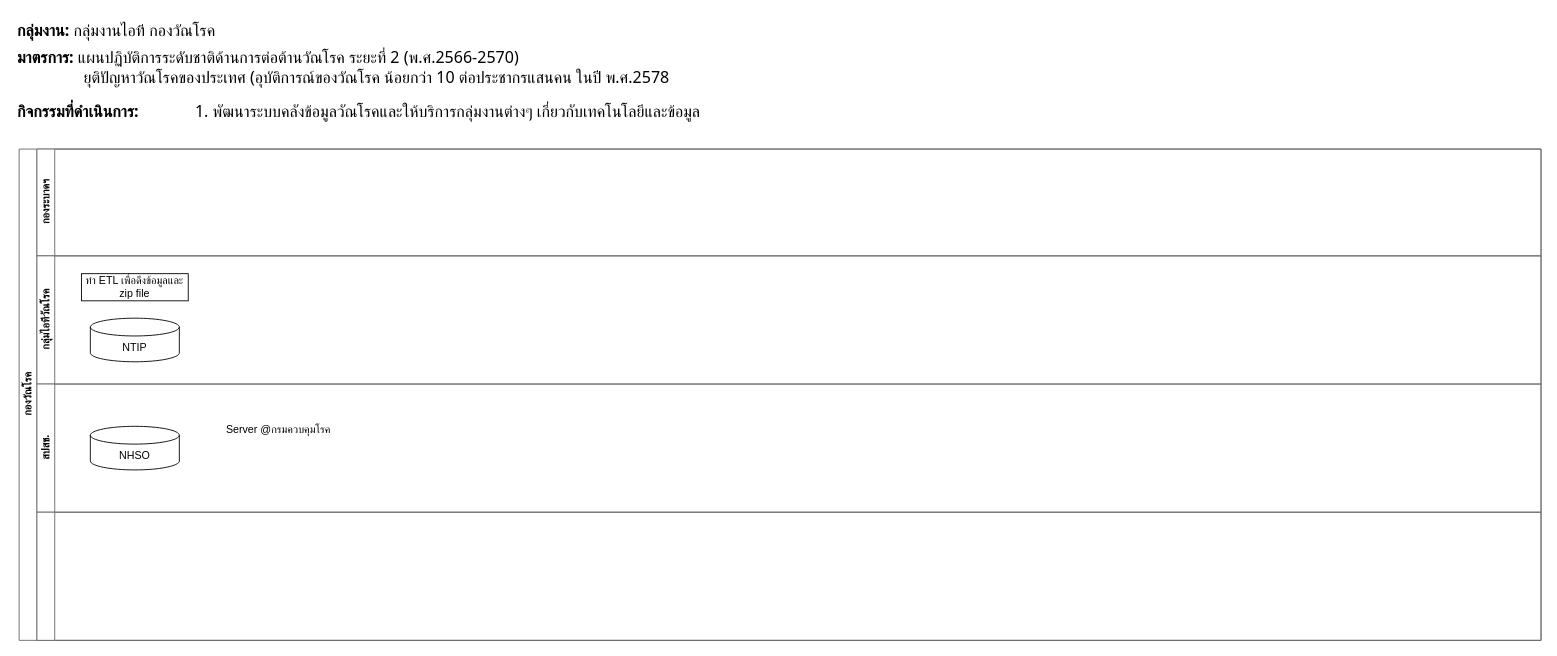
The draw.io diagram page "วัณโรค" (25 of 26) of HIVs Work-Data Diagram.drawio in anun311/regist, before the edit. Source tidied: cells renumbered, new cells numbered last; positions are measured from the earlier drawing's top-left corner, leaving out a move shared by most shapes. Both pictures are drawn from the tidied source at 89%, with x=0, y=0 at pixel (15, 15).
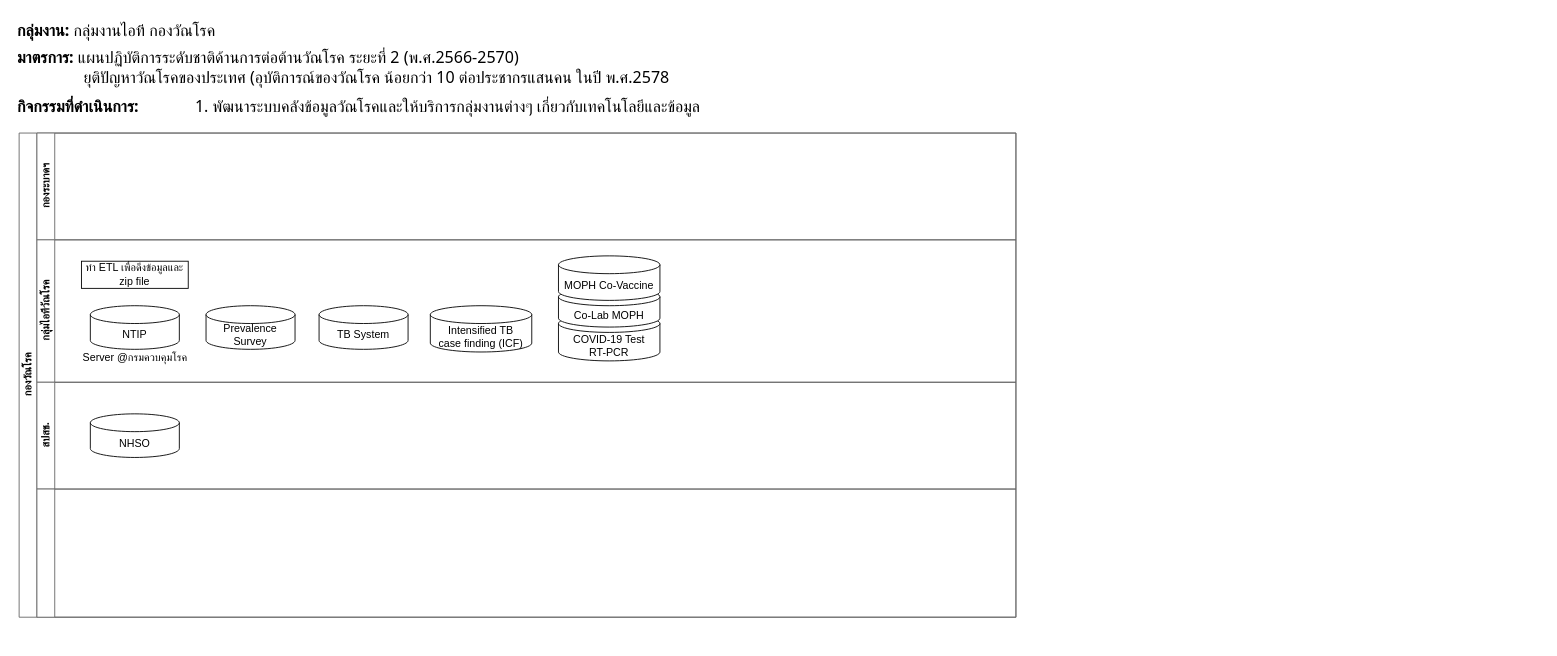
After the change.

Change to the diagram source:
```diff
@@
     <mxCell id="4" value="กิจกรรมที่ดำเนินการ:&amp;nbsp;" style="text;html=1;strokeColor=none;fillColor=none;align=left;verticalAlign=top;whiteSpace=wrap;rounded=0;fontFamily=Tahoma;fontStyle=1;fontSize=18;" parent="1" vertex="1">
-      <mxGeometry y="90" width="200" height="30" as="geometry" />
+      <mxGeometry y="85" width="200" height="30" as="geometry" />
     </mxCell>
     <mxCell id="5" value="1. พัฒนาระบบคลังข้อมูลวัณโรคและให้บริการกลุ่มงานต่างๆ เกี่ยวกับเทคโนโลยีและข้อมูล" style="text;html=1;strokeColor=none;fillColor=none;align=left;verticalAlign=top;whiteSpace=wrap;rounded=0;fontFamily=Tahoma;fontStyle=0;fontSize=18;" parent="1" vertex="1">
-      <mxGeometry x="200" y="90" width="1510" height="60" as="geometry" />
+      <mxGeometry x="200" y="85" width="1510" height="60" as="geometry" />
     </mxCell>
     <mxCell id="6" value="กองวัณโรค" style="swimlane;html=1;horizontal=0;startSize=20;fontFamily=Tahoma;strokeColor=#666666;" parent="1" vertex="1">
-      <mxGeometry x="4" y="150" width="1710" height="552" as="geometry" />
+      <mxGeometry x="4" y="132" width="1120" height="544" as="geometry" />
     </mxCell>
     <mxCell id="7" value="กองระบาดฯ" style="swimlane;html=1;startSize=20;horizontal=0;fontFamily=Tahoma;strokeColor=#666666;" parent="6" vertex="1">
-      <mxGeometry x="20" width="1690" height="120" as="geometry" />
+      <mxGeometry x="20" width="1100" height="120" as="geometry" />
     </mxCell>
     <mxCell id="8" value="กลุ่มไอทีวัณโรค" style="swimlane;html=1;startSize=20;horizontal=0;fontFamily=Tahoma;strokeColor=#666666;" parent="6" vertex="1">
-      <mxGeometry x="20" y="120" width="1690" height="144" as="geometry" />
+      <mxGeometry x="20" y="120" width="1100" height="160" as="geometry" />
     </mxCell>
     <mxCell id="9" value="NTIP" style="shape=cylinder3;whiteSpace=wrap;html=1;boundedLbl=1;backgroundOutline=1;size=10;" parent="8" vertex="1">
-      <mxGeometry x="60" y="70" width="100" height="49" as="geometry" />
+      <mxGeometry x="60" y="74" width="100" height="49" as="geometry" />
     </mxCell>
     <mxCell id="10" value="ทำ ETL เพื่อดึงข้อมูลและ zip file" style="rounded=0;whiteSpace=wrap;html=1;" parent="8" vertex="1">
-      <mxGeometry x="50" y="20" width="120" height="30.5" as="geometry" />
+      <mxGeometry x="50" y="24" width="120" height="30.5" as="geometry" />
     </mxCell>
+    <mxCell id="13" value="Server @กรมควบคุมโรค" style="text;html=1;align=center;verticalAlign=middle;strokeColor=none;fillColor=none;" parent="8" vertex="1">
+      <mxGeometry x="35" y="118" width="150" height="30" as="geometry" />
+    </mxCell>
+    <mxCell id="15" value="Prevalence Survey" style="shape=cylinder3;whiteSpace=wrap;html=1;boundedLbl=1;backgroundOutline=1;size=10;" parent="8" vertex="1">
+      <mxGeometry x="190" y="74" width="100" height="49" as="geometry" />
+    </mxCell>
+    <mxCell id="16" value="TB System" style="shape=cylinder3;whiteSpace=wrap;html=1;boundedLbl=1;backgroundOutline=1;size=10;" parent="8" vertex="1">
+      <mxGeometry x="317" y="74" width="100" height="49" as="geometry" />
+    </mxCell>
+    <mxCell id="17" value="Intensified TB &lt;br&gt;case finding (ICF)" style="shape=cylinder3;whiteSpace=wrap;html=1;boundedLbl=1;backgroundOutline=1;size=10;" parent="8" vertex="1">
+      <mxGeometry x="442" y="74" width="114" height="52" as="geometry" />
+    </mxCell>
+    <mxCell id="18" value="COVID-19 Test&lt;br&gt;RT-PCR" style="shape=cylinder3;whiteSpace=wrap;html=1;boundedLbl=1;backgroundOutline=1;size=10;" parent="8" vertex="1">
+      <mxGeometry x="586" y="84" width="114" height="52" as="geometry" />
+    </mxCell>
+    <mxCell id="19" value="Co-Lab MOPH" style="shape=cylinder3;whiteSpace=wrap;html=1;boundedLbl=1;backgroundOutline=1;size=10;" parent="8" vertex="1">
+      <mxGeometry x="586" y="54" width="114" height="44" as="geometry" />
+    </mxCell>
+    <mxCell id="20" value="MOPH Co-Vaccine" style="shape=cylinder3;whiteSpace=wrap;html=1;boundedLbl=1;backgroundOutline=1;size=10;" parent="8" vertex="1">
+      <mxGeometry x="586" y="18" width="114" height="50" as="geometry" />
+    </mxCell>
     <mxCell id="11" value="สปสช." style="swimlane;html=1;startSize=20;horizontal=0;fontFamily=Tahoma;strokeColor=#666666;" parent="6" vertex="1">
-      <mxGeometry x="20" y="264" width="1690" height="144" as="geometry" />
+      <mxGeometry x="20" y="280" width="1100" height="120" as="geometry" />
     </mxCell>
     <mxCell id="12" value="NHSO" style="shape=cylinder3;whiteSpace=wrap;html=1;boundedLbl=1;backgroundOutline=1;size=10;" parent="11" vertex="1">
-      <mxGeometry x="60" y="47.5" width="100" height="49" as="geometry" />
+      <mxGeometry x="60" y="35.5" width="100" height="49" as="geometry" />
     </mxCell>
-    <mxCell id="13" value="Server @กรมควบคุมโรค" style="text;html=1;align=center;verticalAlign=middle;strokeColor=none;fillColor=none;" parent="11" vertex="1">
-      <mxGeometry x="196" y="36" width="150" height="30" as="geometry" />
-    </mxCell>
     <mxCell id="14" style="swimlane;html=1;startSize=20;horizontal=0;fontFamily=Tahoma;strokeColor=#666666;" parent="6" vertex="1">
-      <mxGeometry x="20" y="408" width="1690" height="144" as="geometry" />
+      <mxGeometry x="20" y="400" width="1100" height="144" as="geometry" />
     </mxCell>
```
